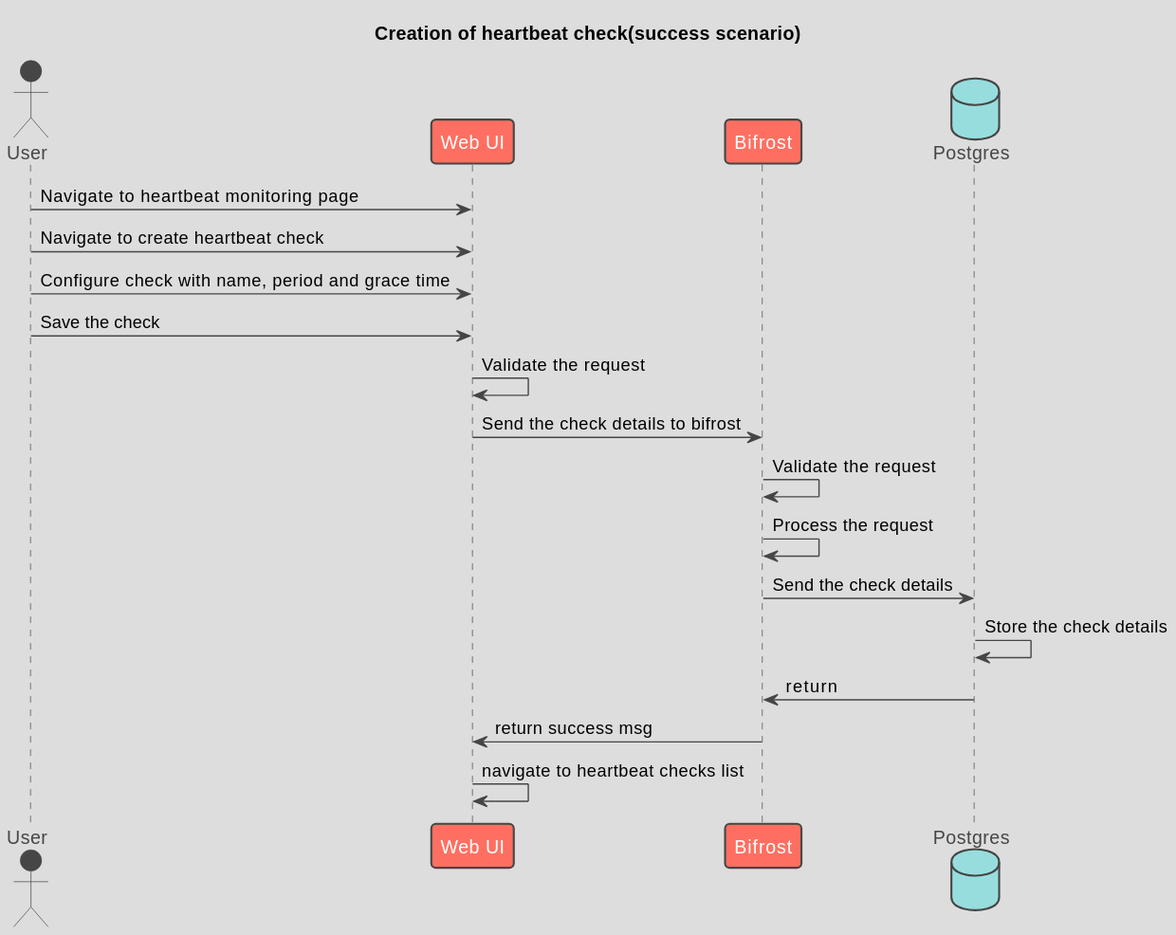
Earlier version of the PlantUML export 01_hb_creation.svg (kartikMiddleware/heartbeat-checks).
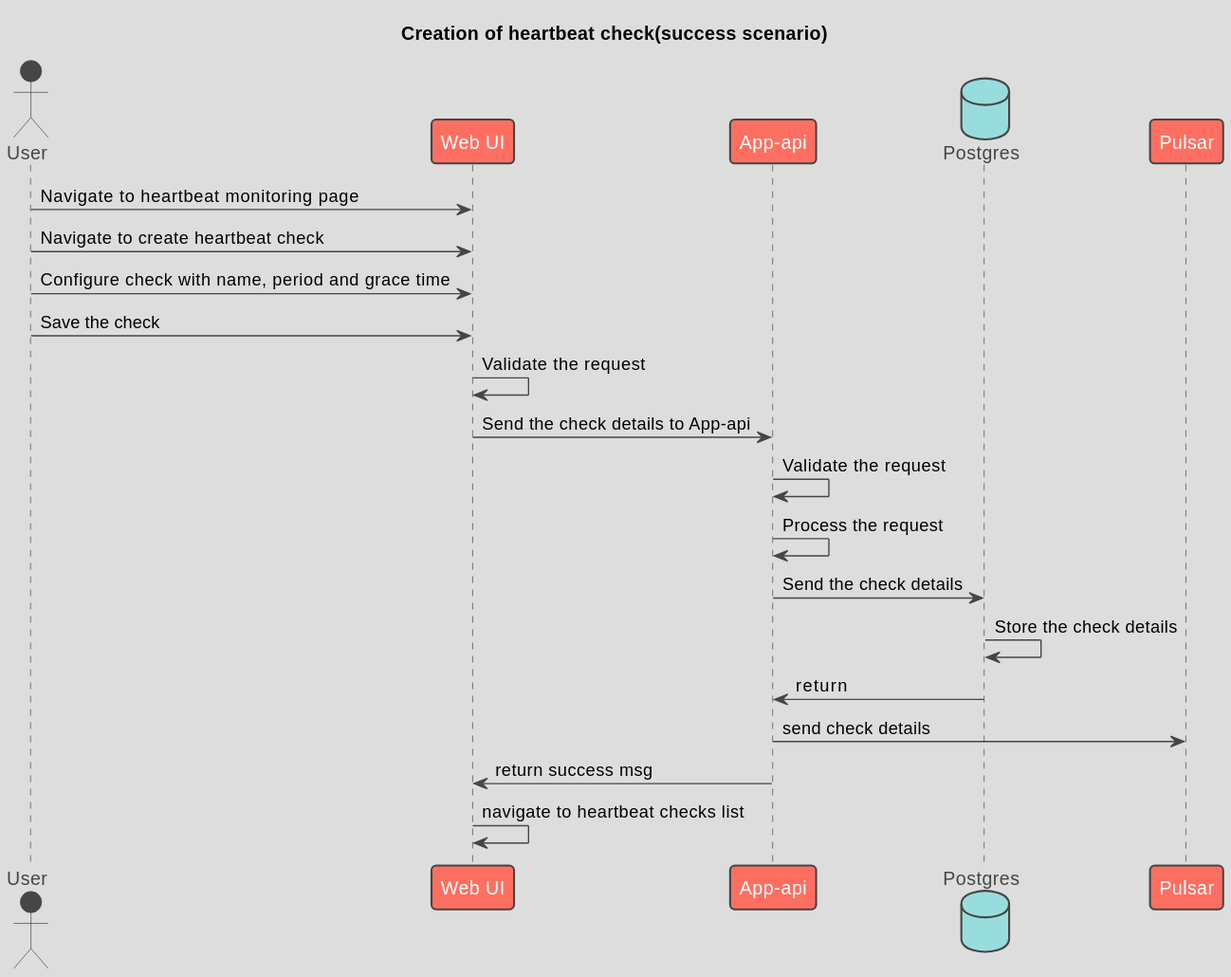
After the change.

Change to the diagram source:
```diff
@@ -3,19 +3,21 @@
 title Creation of heartbeat check(success scenario)
 actor User
 participant "Web UI"
-participant Bifrost
+participant "App-api"
 database    Postgres
+participant Pulsar
 User -> "Web UI" : Navigate to heartbeat monitoring page
 User -> "Web UI" : Navigate to create heartbeat check
 User -> "Web UI" : Configure check with name, period and grace time
 User -> "Web UI" : Save the check
 "Web UI" -> "Web UI" : Validate the request
-"Web UI" -> Bifrost : Send the check details to bifrost
-Bifrost -> Bifrost : Validate the request
-Bifrost -> Bifrost : Process the request
-Bifrost -> Postgres : Send the check details
+"Web UI" -> "App-api" : Send the check details to App-api
+"App-api" -> "App-api" : Validate the request
+"App-api" -> "App-api" : Process the request
+"App-api" -> Postgres : Send the check details
 Postgres -> Postgres : Store the check details
-Postgres -> Bifrost : return
-Bifrost -> "Web UI" : return success msg
+Postgres -> "App-api" : return
+"App-api" -> Pulsar : send check details
+"App-api" -> "Web UI" : return success msg
 "Web UI" -> "Web UI" : navigate to heartbeat checks list
 @enduml
```
